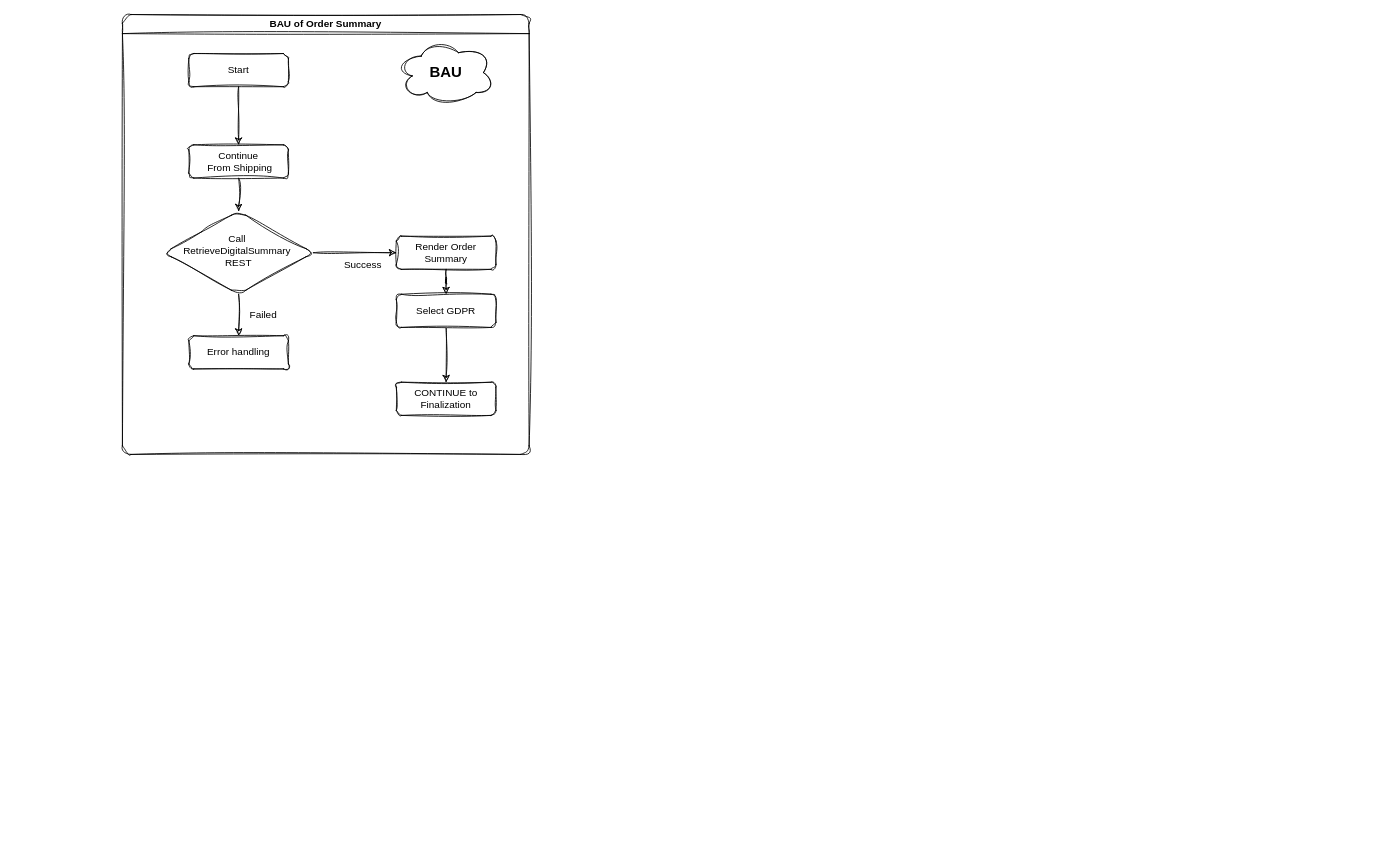
Above: VR-34941.drawio in PratikBali/flowchart (draw.io), before the change. Source tidied: cells renumbered, new cells numbered last; positions are measured from the earlier drawing's top-left corner, leaving out a move shared by most shapes. Both pictures are drawn from the tidied source at 83%, with x=0, y=0 at pixel (122, 14).
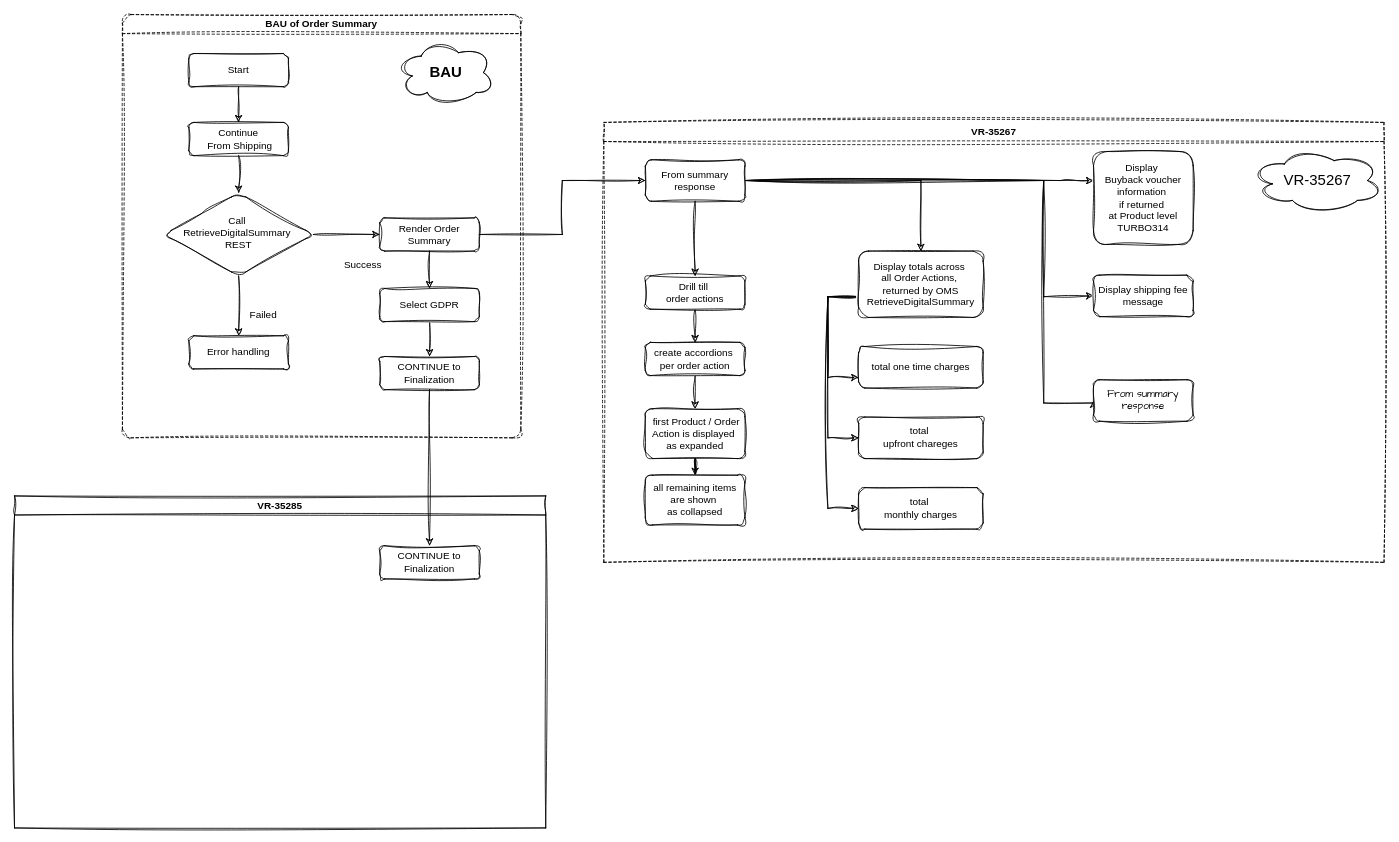
The same page after the edit.

What changed in the source:
```diff
@@
-    <mxCell id="2" value="BAU of Order Summary" style="swimlane;whiteSpace=wrap;html=1;rounded=1;roundedPerimeter=1;labelBackgroundColor=none;sketch=1;curveFitting=1;jiggle=2;" parent="1" vertex="1">
-      <mxGeometry width="490" height="530" as="geometry" />
+    <mxCell id="2" value="BAU of Order Summary" style="swimlane;whiteSpace=wrap;html=1;rounded=1;roundedPerimeter=1;labelBackgroundColor=none;sketch=1;curveFitting=1;jiggle=2;dashed=1;" parent="1" vertex="1">
+      <mxGeometry width="480" height="510" as="geometry" />
     </mxCell>
@@
-    <mxCell id="5" style="edgeStyle=orthogonalEdgeStyle;rounded=1;jettySize=auto;html=1;defaultLabelBackgroundColor=page;labelPadding=0 4;fontColor=default;sketch=1;curveFitting=1;jiggle=2;" parent="2" edge="1" source="18" target="8">
+    <mxCell id="5" style="edgeStyle=orthogonalEdgeStyle;rounded=1;jettySize=auto;html=1;defaultLabelBackgroundColor=page;labelPadding=0 4;fontColor=default;sketch=1;curveFitting=1;jiggle=2;entryX=0;entryY=0.5;entryDx=0;entryDy=0;" parent="2" edge="1" source="18" target="8">
       <mxGeometry relative="1" as="geometry" />
     </mxCell>
@@
     <mxCell id="8" value="Render Order Summary" style="rounded=1;whiteSpace=wrap;html=1;fontSize=12;glass=0;strokeWidth=1;shadow=0;roundedPerimeter=1;labelBackgroundColor=none;sketch=1;curveFitting=1;jiggle=2;" parent="2" vertex="1">
-      <mxGeometry x="330" y="267" width="120" height="40" as="geometry" />
+      <mxGeometry x="310" y="245" width="120" height="40" as="geometry" />
     </mxCell>
@@
     <mxCell id="10" value="Continue&lt;div&gt;&amp;nbsp;From&lt;span style=&quot;background-color: transparent; color: light-dark(#000000, var(--ge-light-color, #ffffff));&quot;&gt;&amp;nbsp;Shipping&lt;/span&gt;&lt;/div&gt;" style="rounded=1;whiteSpace=wrap;html=1;fontSize=12;glass=0;strokeWidth=1;shadow=0;roundedPerimeter=1;labelBackgroundColor=none;sketch=1;curveFitting=1;jiggle=2;" parent="2" vertex="1">
-      <mxGeometry x="80" y="157" width="120" height="40" as="geometry" />
+      <mxGeometry x="80" y="130" width="120" height="40" as="geometry" />
     </mxCell>
@@
     <mxCell id="15" value="Select GDPR" style="whiteSpace=wrap;html=1;rounded=1;glass=0;strokeWidth=1;shadow=0;roundedPerimeter=1;labelBackgroundColor=none;sketch=1;curveFitting=1;jiggle=2;" parent="2" vertex="1">
-      <mxGeometry x="330" y="337" width="120" height="40" as="geometry" />
+      <mxGeometry x="310" y="330" width="120" height="40" as="geometry" />
     </mxCell>
     <mxCell id="16" value="CONTINUE to Finalization" style="whiteSpace=wrap;html=1;rounded=1;glass=0;strokeWidth=1;shadow=0;roundedPerimeter=1;labelBackgroundColor=none;sketch=1;curveFitting=1;jiggle=2;" parent="2" vertex="1">
-      <mxGeometry x="330" y="443" width="120" height="40" as="geometry" />
+      <mxGeometry x="310" y="412" width="120" height="40" as="geometry" />
     </mxCell>
@@
     <mxCell id="18" value="Call&amp;nbsp;&lt;div&gt;&lt;div&gt;RetrieveDigitalSummary&amp;nbsp;&lt;/div&gt;&lt;/div&gt;&lt;div&gt;REST&lt;/div&gt;" style="rhombus;whiteSpace=wrap;html=1;shadow=0;fontFamily=Helvetica;fontSize=12;align=center;strokeWidth=1;spacing=6;spacingTop=-4;rounded=1;roundedPerimeter=1;labelBackgroundColor=none;sketch=1;curveFitting=1;jiggle=2;" parent="2" vertex="1">
-      <mxGeometry x="50" y="237" width="180" height="100" as="geometry" />
+      <mxGeometry x="50" y="215" width="180" height="100" as="geometry" />
     </mxCell>
+    <mxCell id="19" value="&lt;font face=&quot;Helvetica&quot;&gt;VR-35267&lt;/font&gt;" style="swimlane;whiteSpace=wrap;html=1;sketch=1;hachureGap=4;jiggle=2;curveFitting=1;fontFamily=Architects Daughter;dashed=1;" parent="1" vertex="1">
+      <mxGeometry x="580" y="130" width="940" height="530" as="geometry" />
+    </mxCell>
+    <mxCell id="20" style="edgeStyle=orthogonalEdgeStyle;rounded=0;sketch=1;hachureGap=4;jiggle=2;curveFitting=1;jettySize=auto;html=1;fontFamily=Architects Daughter;defaultLabelBackgroundColor=page;labelPadding=0 4;" parent="19" edge="1" source="24" target="39">
+      <mxGeometry relative="1" as="geometry">
+        <Array as="points">
+          <mxPoint x="550" y="70" />
+          <mxPoint x="550" y="70" />
+        </Array>
+      </mxGeometry>
+    </mxCell>
+    <mxCell id="21" style="edgeStyle=orthogonalEdgeStyle;rounded=0;sketch=1;hachureGap=4;jiggle=2;curveFitting=1;jettySize=auto;html=1;fontFamily=Architects Daughter;defaultLabelBackgroundColor=page;labelPadding=0 4;" parent="19" edge="1" source="24" target="32">
+      <mxGeometry relative="1" as="geometry" />
+    </mxCell>
+    <mxCell id="22" style="edgeStyle=orthogonalEdgeStyle;rounded=0;sketch=1;hachureGap=4;jiggle=2;curveFitting=1;jettySize=auto;html=1;fontFamily=Architects Daughter;defaultLabelBackgroundColor=page;labelPadding=0 4;entryX=0;entryY=0.5;entryDx=0;entryDy=0;" parent="19" edge="1" target="42">
+      <mxGeometry x="0.04" relative="1" as="geometry">
+        <mxPoint x="180" y="70" as="sourcePoint" />
+        <Array as="points">
+          <mxPoint x="530" y="70" />
+          <mxPoint x="530" y="338" />
+        </Array>
+      </mxGeometry>
+    </mxCell>
+    <mxCell id="23" style="edgeStyle=orthogonalEdgeStyle;rounded=0;sketch=1;hachureGap=4;jiggle=2;curveFitting=1;jettySize=auto;html=1;entryX=0;entryY=0.5;entryDx=0;entryDy=0;fontFamily=Architects Daughter;defaultLabelBackgroundColor=page;labelPadding=0 4;" parent="19" edge="1" source="24" target="38">
+      <mxGeometry relative="1" as="geometry">
+        <Array as="points">
+          <mxPoint x="530" y="70" />
+          <mxPoint x="530" y="210" />
+        </Array>
+      </mxGeometry>
+    </mxCell>
+    <mxCell id="24" value="From summary response" style="rounded=1;whiteSpace=wrap;html=1;fontSize=12;glass=0;strokeWidth=1;shadow=0;roundedPerimeter=1;labelBackgroundColor=none;sketch=1;curveFitting=1;jiggle=2;" parent="19" vertex="1">
+      <mxGeometry x="50" y="45" width="120" height="50" as="geometry" />
+    </mxCell>
+    <mxCell id="25" style="edgeStyle=orthogonalEdgeStyle;rounded=0;sketch=1;hachureGap=4;jiggle=2;curveFitting=1;jettySize=auto;html=1;fontFamily=Architects Daughter;defaultLabelBackgroundColor=page;labelPadding=0 4;" parent="19" edge="1" source="26" target="28">
+      <mxGeometry relative="1" as="geometry" />
+    </mxCell>
+    <mxCell id="26" value="create accordions&amp;nbsp;&lt;div&gt;per order action&lt;/div&gt;" style="rounded=1;whiteSpace=wrap;html=1;fontSize=12;glass=0;strokeWidth=1;shadow=0;roundedPerimeter=1;labelBackgroundColor=none;sketch=1;curveFitting=1;jiggle=2;" parent="19" vertex="1">
+      <mxGeometry x="50" y="265" width="120" height="40" as="geometry" />
+    </mxCell>
+    <mxCell id="27" style="edgeStyle=orthogonalEdgeStyle;rounded=0;sketch=1;hachureGap=4;jiggle=2;curveFitting=1;jettySize=auto;html=1;fontFamily=Architects Daughter;defaultLabelBackgroundColor=page;labelPadding=0 4;" parent="19" edge="1" source="28" target="37">
+      <mxGeometry relative="1" as="geometry" />
+    </mxCell>
+    <mxCell id="28" value="&amp;nbsp;first Product / Order Action is displayed&amp;nbsp;&lt;div&gt;as expanded&lt;/div&gt;" style="rounded=1;whiteSpace=wrap;html=1;fontSize=12;glass=0;strokeWidth=1;shadow=0;roundedPerimeter=1;labelBackgroundColor=none;sketch=1;curveFitting=1;jiggle=2;" parent="19" vertex="1">
+      <mxGeometry x="50" y="345" width="120" height="60" as="geometry" />
+    </mxCell>
+    <mxCell id="29" style="edgeStyle=orthogonalEdgeStyle;rounded=0;sketch=1;hachureGap=4;jiggle=2;curveFitting=1;jettySize=auto;html=1;fontFamily=Architects Daughter;defaultLabelBackgroundColor=page;labelPadding=0 4;exitX=0;exitY=0.5;exitDx=0;exitDy=0;entryX=0;entryY=0.5;entryDx=0;entryDy=0;" parent="19" edge="1" source="32" target="40">
+      <mxGeometry x="-0.02" relative="1" as="geometry">
+        <Array as="points">
+          <mxPoint x="270" y="210" />
+          <mxPoint x="270" y="380" />
+        </Array>
+      </mxGeometry>
+    </mxCell>
+    <mxCell id="30" style="edgeStyle=orthogonalEdgeStyle;rounded=0;sketch=1;hachureGap=4;jiggle=2;curveFitting=1;jettySize=auto;html=1;entryX=0;entryY=0.75;entryDx=0;entryDy=0;fontFamily=Architects Daughter;defaultLabelBackgroundColor=page;labelPadding=0 4;exitX=0;exitY=0.5;exitDx=0;exitDy=0;" parent="19" edge="1" source="32" target="36">
+      <mxGeometry relative="1" as="geometry">
+        <Array as="points">
+          <mxPoint x="270" y="210" />
+          <mxPoint x="270" y="307.5" />
+        </Array>
+      </mxGeometry>
+    </mxCell>
+    <mxCell id="31" style="edgeStyle=orthogonalEdgeStyle;rounded=0;sketch=1;hachureGap=4;jiggle=2;curveFitting=1;jettySize=auto;html=1;fontFamily=Architects Daughter;defaultLabelBackgroundColor=page;labelPadding=0 4;exitX=0;exitY=0.5;exitDx=0;exitDy=0;" parent="19" edge="1" source="32" target="41">
+      <mxGeometry x="0.44" relative="1" as="geometry">
+        <Array as="points">
+          <mxPoint x="270" y="210" />
+          <mxPoint x="270" y="465" />
+        </Array>
+      </mxGeometry>
+    </mxCell>
+    <mxCell id="32" value="Display totals across&amp;nbsp;&lt;div&gt;all Order Actions,&amp;nbsp;&lt;div&gt;returned by OMS RetrieveDigitalSummary&lt;/div&gt;&lt;/div&gt;" style="rounded=1;whiteSpace=wrap;html=1;fontSize=12;glass=0;strokeWidth=1;shadow=0;roundedPerimeter=1;labelBackgroundColor=none;sketch=1;curveFitting=1;jiggle=2;" parent="19" vertex="1">
+      <mxGeometry x="307" y="155" width="150" height="80" as="geometry" />
+    </mxCell>
+    <mxCell id="33" style="edgeStyle=orthogonalEdgeStyle;rounded=0;sketch=1;hachureGap=4;jiggle=2;curveFitting=1;jettySize=auto;html=1;fontFamily=Architects Daughter;defaultLabelBackgroundColor=page;labelPadding=0 4;" parent="19" edge="1" source="34" target="26">
+      <mxGeometry relative="1" as="geometry" />
+    </mxCell>
+    <mxCell id="34" value="Drill till&amp;nbsp;&lt;div&gt;order actions&lt;/div&gt;" style="rounded=1;whiteSpace=wrap;html=1;fontSize=12;glass=0;strokeWidth=1;shadow=0;roundedPerimeter=1;labelBackgroundColor=none;sketch=1;curveFitting=1;jiggle=2;" parent="19" vertex="1">
+      <mxGeometry x="50" y="185" width="120" height="40" as="geometry" />
+    </mxCell>
+    <mxCell id="35" style="edgeStyle=orthogonalEdgeStyle;rounded=0;sketch=1;hachureGap=4;jiggle=2;curveFitting=1;jettySize=auto;html=1;fontFamily=Architects Daughter;defaultLabelBackgroundColor=page;labelPadding=0 4;" parent="19" edge="1" source="24" target="34">
+      <mxGeometry relative="1" as="geometry" />
+    </mxCell>
+    <mxCell id="36" value="total one time charges" style="rounded=1;whiteSpace=wrap;html=1;fontSize=12;glass=0;strokeWidth=1;shadow=0;roundedPerimeter=1;labelBackgroundColor=none;sketch=1;curveFitting=1;jiggle=2;" parent="19" vertex="1">
+      <mxGeometry x="307" y="270" width="150" height="50" as="geometry" />
+    </mxCell>
+    <mxCell id="37" value="&lt;div&gt;all remaining items are shown&amp;nbsp;&lt;/div&gt;&lt;div&gt;as collapsed&lt;/div&gt;" style="rounded=1;whiteSpace=wrap;html=1;fontSize=12;glass=0;strokeWidth=1;shadow=0;roundedPerimeter=1;labelBackgroundColor=none;sketch=1;curveFitting=1;jiggle=2;" parent="19" vertex="1">
+      <mxGeometry x="50" y="425" width="120" height="60" as="geometry" />
+    </mxCell>
+    <mxCell id="38" value="Display shipping fee message" style="rounded=1;whiteSpace=wrap;html=1;fontSize=12;glass=0;strokeWidth=1;shadow=0;roundedPerimeter=1;labelBackgroundColor=none;sketch=1;curveFitting=1;jiggle=2;" parent="19" vertex="1">
+      <mxGeometry x="590" y="184" width="120" height="50" as="geometry" />
+    </mxCell>
+    <mxCell id="39" value="&lt;div&gt;Display&amp;nbsp;&lt;/div&gt;&lt;div&gt;Buyback voucher information&amp;nbsp;&lt;/div&gt;&lt;div&gt;&lt;span style=&quot;background-color: transparent; color: light-dark(#000000, var(--ge-light-color, #ffffff));&quot;&gt;if returned&amp;nbsp;&lt;/span&gt;&lt;/div&gt;&lt;div&gt;at Product level&lt;br&gt;TURBO314&lt;br&gt;&lt;/div&gt;" style="rounded=1;whiteSpace=wrap;html=1;fontSize=12;glass=0;strokeWidth=1;shadow=0;roundedPerimeter=1;labelBackgroundColor=none;sketch=1;curveFitting=1;jiggle=2;" parent="19" vertex="1">
+      <mxGeometry x="590" y="35" width="120" height="112" as="geometry" />
+    </mxCell>
+    <mxCell id="40" value="&lt;font face=&quot;Helvetica&quot;&gt;total&amp;nbsp;&lt;/font&gt;&lt;div&gt;&lt;font face=&quot;Helvetica&quot;&gt;upfront chareges&lt;/font&gt;&lt;/div&gt;" style="rounded=1;whiteSpace=wrap;html=1;fontSize=12;glass=0;strokeWidth=1;shadow=0;roundedPerimeter=1;labelBackgroundColor=none;sketch=1;curveFitting=1;jiggle=2;hachureGap=4;fontFamily=Architects Daughter;" parent="19" vertex="1">
+      <mxGeometry x="307" y="355" width="150" height="50" as="geometry" />
+    </mxCell>
+    <mxCell id="41" value="&lt;font face=&quot;Helvetica&quot;&gt;total&amp;nbsp;&lt;/font&gt;&lt;div&gt;&lt;font face=&quot;Helvetica&quot;&gt;monthly charges&lt;/font&gt;&lt;/div&gt;" style="rounded=1;whiteSpace=wrap;html=1;fontSize=12;glass=0;strokeWidth=1;shadow=0;roundedPerimeter=1;labelBackgroundColor=none;sketch=1;curveFitting=1;jiggle=2;hachureGap=4;fontFamily=Architects Daughter;" parent="19" vertex="1">
+      <mxGeometry x="307" y="440" width="150" height="50" as="geometry" />
+    </mxCell>
+    <mxCell id="42" value="From summary response" style="rounded=1;whiteSpace=wrap;html=1;fontSize=12;glass=0;strokeWidth=1;shadow=0;roundedPerimeter=1;labelBackgroundColor=none;sketch=1;curveFitting=1;jiggle=2;hachureGap=4;fontFamily=Architects Daughter;" parent="19" vertex="1">
+      <mxGeometry x="590" y="310" width="120" height="50" as="geometry" />
+    </mxCell>
+    <mxCell id="43" value="&lt;h2&gt;&lt;span style=&quot;font-family: Helvetica; font-weight: normal;&quot;&gt;VR-35267&lt;/span&gt;&lt;/h2&gt;" style="ellipse;shape=cloud;whiteSpace=wrap;html=1;perimeter=cloudPerimeter;sketch=1;hachureGap=4;jiggle=2;curveFitting=1;fontFamily=Architects Daughter;fillColor=light-dark(default, #98a300);" parent="19" vertex="1">
+      <mxGeometry x="780" y="30" width="160" height="80" as="geometry" />
+    </mxCell>
+    <mxCell id="44" value="&lt;span style=&quot;font-family: Helvetica;&quot;&gt;VR-35285&lt;/span&gt;" style="swimlane;whiteSpace=wrap;html=1;sketch=1;hachureGap=4;jiggle=2;curveFitting=1;fontFamily=Architects Daughter;" parent="1" vertex="1">
+      <mxGeometry x="-130" y="580" width="640" height="400" as="geometry" />
+    </mxCell>
+    <mxCell id="45" value="CONTINUE to Finalization" style="whiteSpace=wrap;html=1;rounded=1;glass=0;strokeWidth=1;shadow=0;roundedPerimeter=1;labelBackgroundColor=none;sketch=1;curveFitting=1;jiggle=2;" parent="44" vertex="1">
+      <mxGeometry x="440" y="60" width="120" height="40" as="geometry" />
+    </mxCell>
+    <mxCell id="46" style="edgeStyle=orthogonalEdgeStyle;rounded=0;sketch=1;hachureGap=4;jiggle=2;curveFitting=1;jettySize=auto;html=1;fontFamily=Architects Daughter;defaultLabelBackgroundColor=page;labelPadding=0 4;entryX=0;entryY=0.5;entryDx=0;entryDy=0;" parent="1" edge="1" source="8" target="24">
+      <mxGeometry relative="1" as="geometry" />
+    </mxCell>
+    <mxCell id="47" style="edgeStyle=orthogonalEdgeStyle;rounded=0;sketch=1;hachureGap=4;jiggle=2;curveFitting=1;jettySize=auto;html=1;fontFamily=Architects Daughter;defaultLabelBackgroundColor=page;labelPadding=0 4;" parent="1" edge="1" source="16" target="45">
+      <mxGeometry relative="1" as="geometry">
+        <Array as="points">
+          <mxPoint x="370" y="670" />
+          <mxPoint x="370" y="670" />
+        </Array>
+      </mxGeometry>
+    </mxCell>
```
